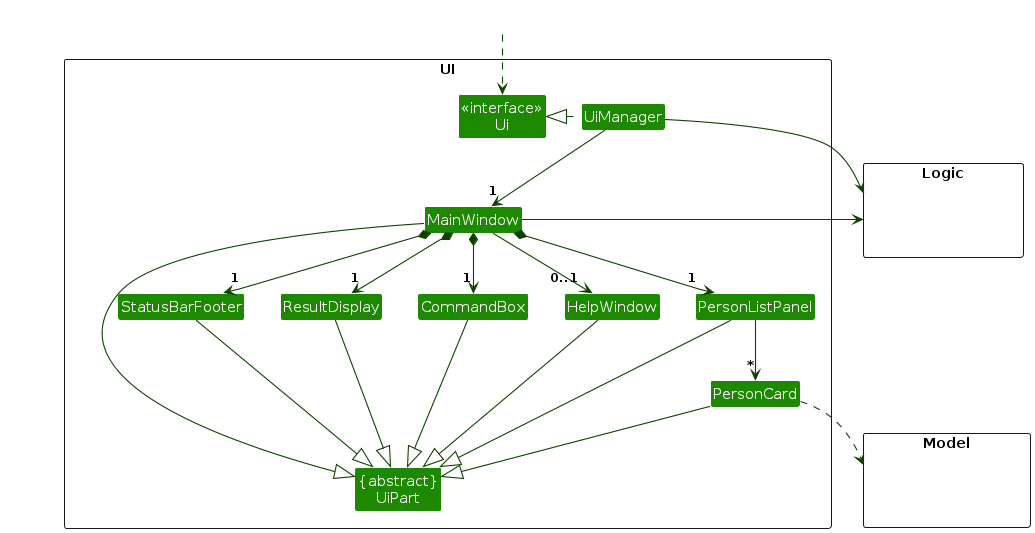
Before: diagrams/UiClassDiagram.png, a diagram exported from PlantUML (AY2627S1-CS2103T-F12-2/tp). Its source is kept beside it as diagrams/UiClassDiagram.puml. Source of this version:
```plantuml
@startuml
!include style.puml
skinparam arrowThickness 1.1
skinparam arrowColor UI_COLOR_T4
skinparam classBackgroundColor UI_COLOR

package UI <<Rectangle>>{
Class "<<interface>>\nUi" as Ui
Class "{abstract}\nUiPart" as UiPart
Class UiManager
Class MainWindow
Class HelpWindow
Class ResultDisplay
Class PersonListPanel
Class PersonCard
Class StatusBarFooter
Class CommandBox
}

package Model <<Rectangle>> {
Class HiddenModel #FFFFFF
}

package Logic <<Rectangle>> {
Class HiddenLogic #FFFFFF
}

Class HiddenOutside #FFFFFF
HiddenOutside ..> Ui

UiManager .left.|> Ui
UiManager -down-> "1" MainWindow
MainWindow *-down->  "1" CommandBox
MainWindow *-down-> "1" ResultDisplay
MainWindow *-down-> "1" PersonListPanel
MainWindow *-down-> "1" StatusBarFooter
MainWindow --> "0..1" HelpWindow

PersonListPanel -down-> "*" PersonCard

MainWindow -left-|> UiPart

ResultDisplay --|> UiPart
CommandBox --|> UiPart
PersonListPanel --|> UiPart
PersonCard --|> UiPart
StatusBarFooter --|> UiPart
HelpWindow --|> UiPart

PersonCard ..> Model
UiManager -right-> Logic
MainWindow -left-> Logic

PersonListPanel -[hidden]left- HelpWindow
HelpWindow -[hidden]left- CommandBox
CommandBox -[hidden]left- ResultDisplay
ResultDisplay -[hidden]left- StatusBarFooter

MainWindow -[hidden]-|> UiPart
@enduml
```
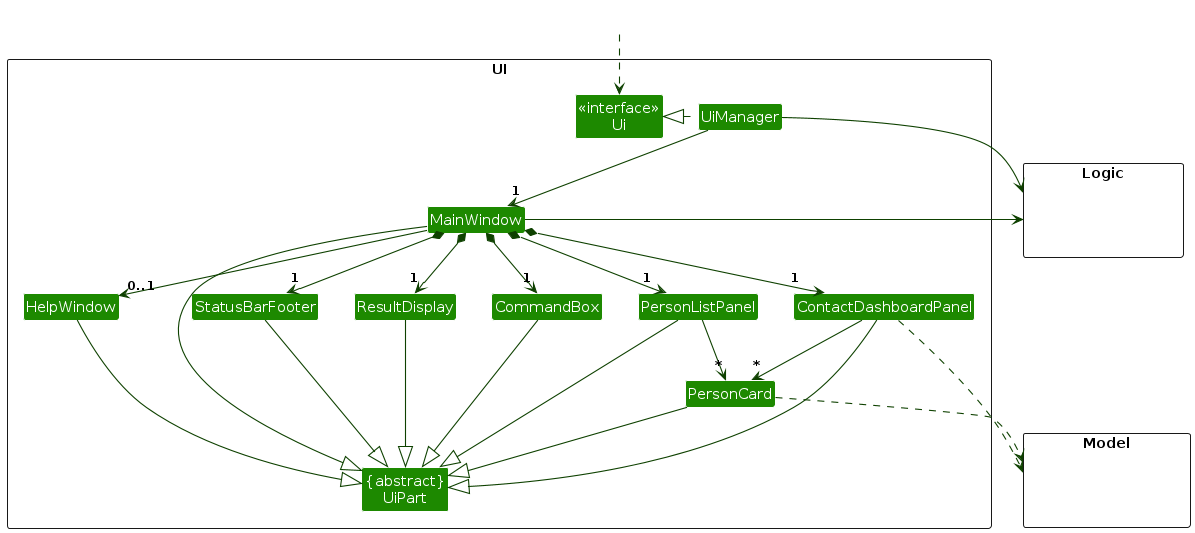
After the change.

The edit, as a diff of the source:
```diff
@@ -9,6 +9,7 @@
 Class "{abstract}\nUiPart" as UiPart
 Class UiManager
 Class MainWindow
+Class ContactDashboardPanel
 Class HelpWindow
 Class ResultDisplay
 Class PersonListPanel
@@ -34,9 +35,11 @@
 MainWindow *-down-> "1" ResultDisplay
 MainWindow *-down-> "1" PersonListPanel
 MainWindow *-down-> "1" StatusBarFooter
+MainWindow *-down-> "1" ContactDashboardPanel
 MainWindow --> "0..1" HelpWindow
 
 PersonListPanel -down-> "*" PersonCard
+ContactDashboardPanel -down-> "*" PersonCard
 
 MainWindow -left-|> UiPart
 
@@ -46,8 +49,10 @@
 PersonCard --|> UiPart
 StatusBarFooter --|> UiPart
 HelpWindow --|> UiPart
+ContactDashboardPanel --|> UiPart
 
 PersonCard ..> Model
+ContactDashboardPanel ..> Model
 UiManager -right-> Logic
 MainWindow -left-> Logic
 
@@ -55,6 +60,7 @@
 HelpWindow -[hidden]left- CommandBox
 CommandBox -[hidden]left- ResultDisplay
 ResultDisplay -[hidden]left- StatusBarFooter
+StatusBarFooter -[hidden]left- ContactDashboardPanel
 
 MainWindow -[hidden]-|> UiPart
 @enduml
```
